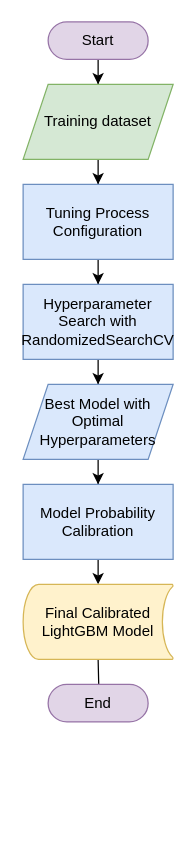
Before: diagrams/flowchart mining.drawio in fadhilra101/skripsi, a draw.io diagram. Source tidied: cells renumbered, new cells numbered last; positions are measured from the earlier drawing's top-left corner, leaving out a move shared by most shapes. Both pictures are drawn from the tidied source at 125%, with x=0, y=0 at pixel (22, 21).
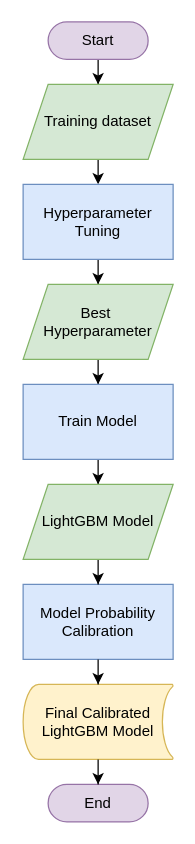
After the change.

Diff of the diagram source:
```diff
@@
 <mxGraphModel>
   <root>
     <mxCell id="0" />
     <mxCell id="1" parent="0" />
     <mxCell id="2" style="edgeStyle=orthogonalEdgeStyle;rounded=0;jettySize=auto;html=1;" parent="1" edge="1" source="3" target="5">
       <mxGeometry relative="1" as="geometry" />
     </mxCell>
     <mxCell id="3" value="Start" style="html=1;dashed=0;whiteSpace=wrap;shape=mxgraph.dfd.start;fillColor=#e1d5e7;strokeColor=#9673a6;" parent="1" vertex="1">
       <mxGeometry x="20" width="80" height="30" as="geometry" />
     </mxCell>
-    <mxCell id="4" style="edgeStyle=orthogonalEdgeStyle;rounded=0;jettySize=auto;html=1;" parent="1" edge="1" source="5" target="7">
-      <mxGeometry relative="1" as="geometry" />
+    <mxCell id="4" style="edgeStyle=orthogonalEdgeStyle;rounded=0;jettySize=auto;html=1;" parent="1" edge="1" source="5">
+      <mxGeometry relative="1" as="geometry">
+        <mxPoint x="60" y="130" as="targetPoint" />
+      </mxGeometry>
     </mxCell>
     <mxCell id="5" value="Training dataset" style="shape=parallelogram;perimeter=parallelogramPerimeter;whiteSpace=wrap;html=1;fixedSize=1;fillColor=#d5e8d4;strokeColor=#82b366;" parent="1" vertex="1">
       <mxGeometry y="50" width="120" height="60" as="geometry" />
     </mxCell>
-    <mxCell id="6" style="edgeStyle=orthogonalEdgeStyle;rounded=0;jettySize=auto;html=1;" parent="1" edge="1" source="7" target="9">
-      <mxGeometry relative="1" as="geometry" />
-    </mxCell>
-    <mxCell id="7" value="Tuning Process Configuration" style="rounded=0;whiteSpace=wrap;html=1;fillColor=#dae8fc;strokeColor=#6c8ebf;" parent="1" vertex="1">
-      <mxGeometry y="130" width="120" height="60" as="geometry" />
-    </mxCell>
     <mxCell id="8" style="edgeStyle=orthogonalEdgeStyle;rounded=0;jettySize=auto;html=1;" parent="1" edge="1" source="9" target="11">
       <mxGeometry relative="1" as="geometry" />
     </mxCell>
-    <mxCell id="9" value="&lt;p&gt;Hyperparameter Search with RandomizedSearchCV&lt;/p&gt;" style="rounded=0;whiteSpace=wrap;html=1;fillColor=#dae8fc;strokeColor=#6c8ebf;" parent="1" vertex="1">
-      <mxGeometry y="210" width="120" height="60" as="geometry" />
+    <mxCell id="9" value="&lt;p&gt;Hyperparameter Tuning&lt;/p&gt;" style="rounded=0;whiteSpace=wrap;html=1;fillColor=#dae8fc;strokeColor=#6c8ebf;" parent="1" vertex="1">
+      <mxGeometry y="130" width="120" height="60" as="geometry" />
     </mxCell>
-    <mxCell id="10" style="edgeStyle=orthogonalEdgeStyle;rounded=0;jettySize=auto;html=1;" parent="1" edge="1" source="11" target="13">
-      <mxGeometry relative="1" as="geometry" />
-    </mxCell>
+    <mxCell id="17" style="edgeStyle=orthogonalEdgeStyle;rounded=0;jettySize=auto;html=1;" parent="1" edge="1" source="11" target="21">
+      <mxGeometry relative="1" as="geometry" />
+    </mxCell>
-    <mxCell id="11" value="Best Model with Optimal Hyperparameters" style="shape=parallelogram;perimeter=parallelogramPerimeter;whiteSpace=wrap;html=1;fixedSize=1;fillColor=#dae8fc;strokeColor=#6c8ebf;" parent="1" vertex="1">
-      <mxGeometry y="290" width="120" height="60" as="geometry" />
+    <mxCell id="11" value="Best&amp;nbsp;&lt;div&gt;Hyperparameter&lt;/div&gt;" style="shape=parallelogram;perimeter=parallelogramPerimeter;whiteSpace=wrap;html=1;fixedSize=1;fillColor=#d5e8d4;strokeColor=#82b366;" parent="1" vertex="1">
+      <mxGeometry y="210" width="120" height="60" as="geometry" />
     </mxCell>
-    <mxCell id="12" style="edgeStyle=orthogonalEdgeStyle;rounded=0;jettySize=auto;html=1;" parent="1" edge="1" source="13">
-      <mxGeometry relative="1" as="geometry">
-        <mxPoint x="60" y="450" as="targetPoint" />
-      </mxGeometry>
-    </mxCell>
     <mxCell id="13" value="&lt;p&gt;Model Probability Calibration&lt;/p&gt;" style="rounded=0;whiteSpace=wrap;html=1;fillColor=#dae8fc;strokeColor=#6c8ebf;" parent="1" vertex="1">
-      <mxGeometry y="370" width="120" height="60" as="geometry" />
+      <mxGeometry y="450" width="120" height="60" as="geometry" />
     </mxCell>
-    <mxCell id="14" style="edgeStyle=orthogonalEdgeStyle;rounded=0;jettySize=auto;html=1;" parent="1" edge="1" target="15">
-      <mxGeometry relative="1" as="geometry">
-        <mxPoint x="60" y="510" as="sourcePoint" />
-      </mxGeometry>
-    </mxCell>
     <mxCell id="15" value="End" style="html=1;dashed=0;whiteSpace=wrap;shape=mxgraph.dfd.start;fillColor=#e1d5e7;strokeColor=#9673a6;" parent="1" vertex="1">
-      <mxGeometry x="20" y="530" width="80" height="30" as="geometry" />
+      <mxGeometry x="20" y="610" width="80" height="30" as="geometry" />
     </mxCell>
     <mxCell id="16" value="Final Calibrated LightGBM Model" style="strokeWidth=1;html=1;shape=mxgraph.flowchart.stored_data;whiteSpace=wrap;fillColor=#fff2cc;strokeColor=#d6b656;" parent="1" vertex="1">
-      <mxGeometry y="450" width="120" height="60" as="geometry" />
+      <mxGeometry y="530" width="120" height="60" as="geometry" />
     </mxCell>
+    <mxCell id="18" style="edgeStyle=orthogonalEdgeStyle;rounded=0;jettySize=auto;html=1;entryX=0.5;entryY=0;entryDx=0;entryDy=0;entryPerimeter=0;" parent="1" edge="1" source="13" target="16">
+      <mxGeometry relative="1" as="geometry" />
+    </mxCell>
+    <mxCell id="19" style="edgeStyle=orthogonalEdgeStyle;rounded=0;jettySize=auto;html=1;entryX=0.5;entryY=0.5;entryDx=0;entryDy=-15;entryPerimeter=0;" parent="1" edge="1" source="16" target="15">
+      <mxGeometry relative="1" as="geometry" />
+    </mxCell>
+    <mxCell id="20" style="edgeStyle=orthogonalEdgeStyle;rounded=0;jettySize=auto;html=1;" parent="1" edge="1" source="21" target="23">
+      <mxGeometry relative="1" as="geometry" />
+    </mxCell>
+    <mxCell id="21" value="&lt;p&gt;Train Model&lt;/p&gt;" style="rounded=0;whiteSpace=wrap;html=1;fillColor=#dae8fc;strokeColor=#6c8ebf;" parent="1" vertex="1">
+      <mxGeometry y="290" width="120" height="60" as="geometry" />
+    </mxCell>
+    <mxCell id="22" style="edgeStyle=orthogonalEdgeStyle;rounded=0;jettySize=auto;html=1;entryX=0.5;entryY=0;entryDx=0;entryDy=0;" parent="1" edge="1" source="23" target="13">
+      <mxGeometry relative="1" as="geometry" />
+    </mxCell>
+    <mxCell id="23" value="LightGBM Model" style="shape=parallelogram;perimeter=parallelogramPerimeter;whiteSpace=wrap;html=1;fixedSize=1;fillColor=#d5e8d4;strokeColor=#82b366;" parent="1" vertex="1">
+      <mxGeometry y="370" width="120" height="60" as="geometry" />
+    </mxCell>
   </root>
 </mxGraphModel>
```
